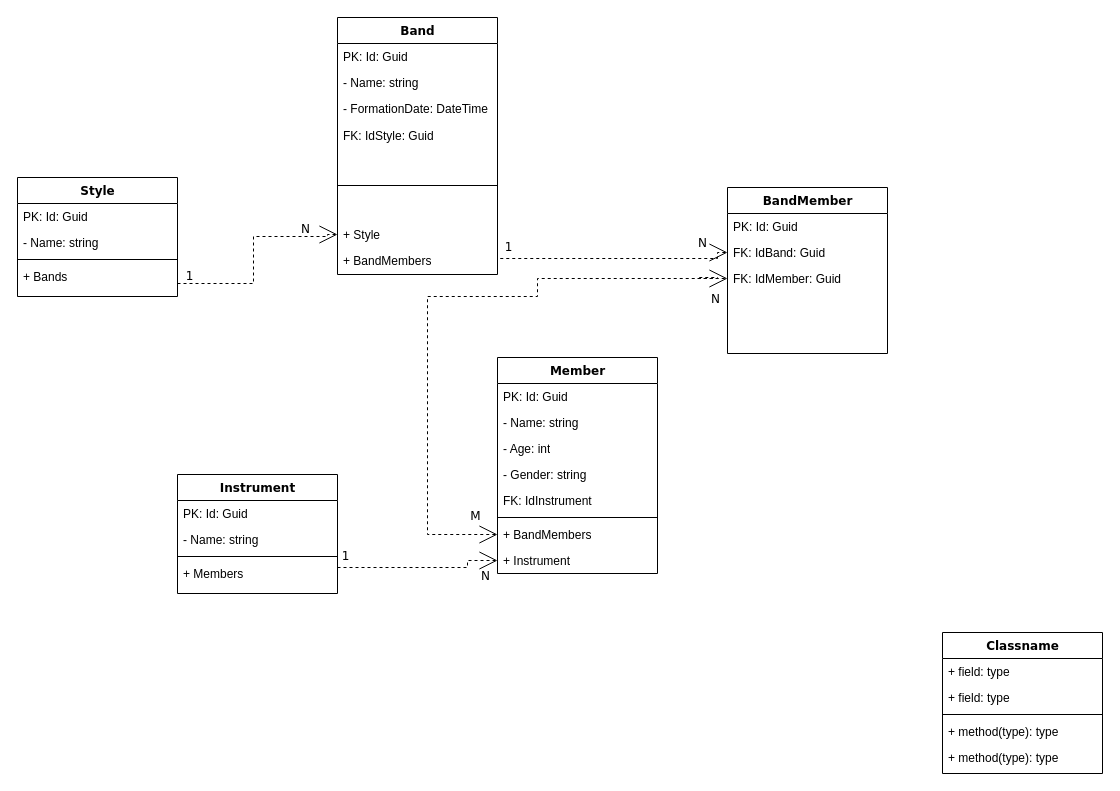
The draw.io diagram Diagrama sem nome.drawio in WellingtonS-ouza/Crud-Back, before the edit. Source tidied: cells renumbered, new cells numbered last; positions are measured from the earlier drawing's top-left corner, leaving out a move shared by most shapes. Both pictures are drawn from the tidied source at 100%, with x=0, y=0 at pixel (17, 17).
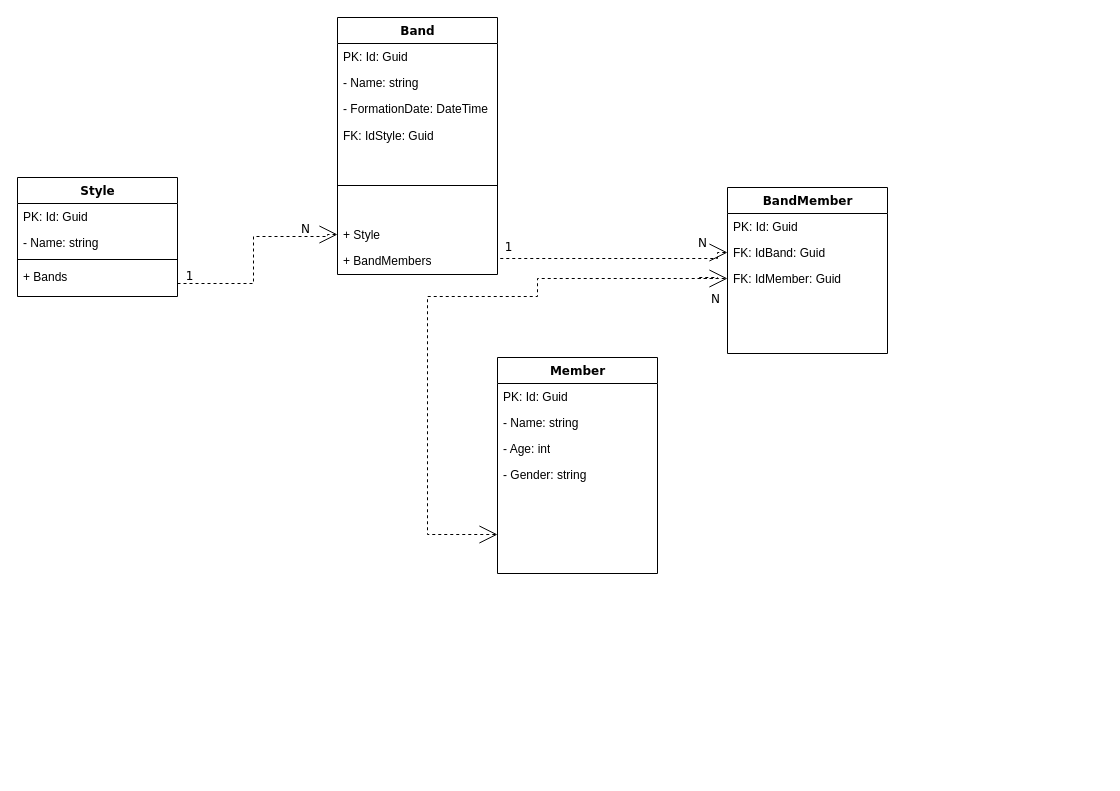
Above is the later version.

The change refers to these unchanged cells:
```xml
<mxCell id="13" value="FK: IdMember: Guid" style="text;html=1;strokeColor=none;fillColor=none;align=left;verticalAlign=top;spacingLeft=4;spacingRight=4;whiteSpace=wrap;overflow=hidden;points=[[0,0.5],[1,0.5]];portConstraint=eastwest;" parent="10" vertex="1">
  <mxGeometry y="78" width="160" height="26" as="geometry" />
</mxCell>
<mxCell id="15" value="Member       " style="swimlane;html=1;fontStyle=1;align=center;verticalAlign=top;horizontal=1;startSize=26;swimlaneFillColor=#ffffff;rounded=0;shadow=0;comic=0;labelBackgroundColor=none;strokeWidth=1;fillColor=none;fontFamily=Verdana;fontSize=12;" parent="1" vertex="1">
  <mxGeometry x="480" y="340" width="160" height="216" as="geometry" />
</mxCell>
```

What changed in the source:
```diff
@@
-    <mxCell id="20" value="FK: IdInstrument " style="text;html=1;strokeColor=none;fillColor=none;align=left;verticalAlign=top;spacingLeft=4;spacingRight=4;whiteSpace=wrap;overflow=hidden;" parent="15" vertex="1">
-      <mxGeometry y="130" width="160" height="26" as="geometry" />
-    </mxCell>
-    <mxCell id="21" style="line;html=1;strokeWidth=1;fillColor=none;align=left;verticalAlign=middle;spacingTop=-1;spacingLeft=3;spacingRight=3;labelPosition=right;" parent="15" vertex="1">
-      <mxGeometry y="156" width="160" height="8" as="geometry" />
-    </mxCell>
-    <mxCell id="22" value="+ BandMembers" style="text;html=1;strokeColor=none;fillColor=none;align=left;verticalAlign=top;spacingLeft=4;spacingRight=4;whiteSpace=wrap;overflow=hidden;points=[[0,0.5],[1,0.5]];portConstraint=eastwest;" parent="15" vertex="1">
-      <mxGeometry y="164" width="160" height="26" as="geometry" />
-    </mxCell>
-    <mxCell id="23" value="+ Instrument  " style="text;html=1;strokeColor=none;fillColor=none;align=left;verticalAlign=top;spacingLeft=4;spacingRight=4;whiteSpace=wrap;overflow=hidden;points=[[0,0.5],[1,0.5]];portConstraint=eastwest;" parent="15" vertex="1">
-      <mxGeometry y="190" width="160" height="26" as="geometry" />
-    </mxCell>
-    <mxCell id="24" value="Classname" style="swimlane;html=1;fontStyle=1;align=center;verticalAlign=top;horizontal=1;startSize=26;swimlaneFillColor=#ffffff;rounded=0;shadow=0;comic=0;labelBackgroundColor=none;strokeWidth=1;fillColor=none;fontFamily=Verdana;fontSize=12;" parent="1" vertex="1">
-      <mxGeometry x="925" y="615" width="160" height="141" as="geometry" />
-    </mxCell>
-    <mxCell id="25" value="+ field: type" style="text;html=1;strokeColor=none;fillColor=none;align=left;verticalAlign=top;spacingLeft=4;spacingRight=4;whiteSpace=wrap;overflow=hidden;" parent="24" vertex="1">
-      <mxGeometry y="26" width="160" height="26" as="geometry" />
-    </mxCell>
-    <mxCell id="26" value="+ field: type" style="text;html=1;strokeColor=none;fillColor=none;align=left;verticalAlign=top;spacingLeft=4;spacingRight=4;whiteSpace=wrap;overflow=hidden;" parent="24" vertex="1">
-      <mxGeometry y="52" width="160" height="26" as="geometry" />
-    </mxCell>
-    <mxCell id="27" style="line;html=1;strokeWidth=1;fillColor=none;align=left;verticalAlign=middle;spacingTop=-1;spacingLeft=3;spacingRight=3;labelPosition=right;" parent="24" vertex="1">
-      <mxGeometry y="78" width="160" height="8" as="geometry" />
-    </mxCell>
-    <mxCell id="28" value="+ method(type): type" style="text;html=1;strokeColor=none;fillColor=none;align=left;verticalAlign=top;spacingLeft=4;spacingRight=4;whiteSpace=wrap;overflow=hidden;" parent="24" vertex="1">
-      <mxGeometry y="86" width="160" height="26" as="geometry" />
-    </mxCell>
-    <mxCell id="29" value="+ method(type): type" style="text;html=1;strokeColor=none;fillColor=none;align=left;verticalAlign=top;spacingLeft=4;spacingRight=4;whiteSpace=wrap;overflow=hidden;" parent="24" vertex="1">
-      <mxGeometry y="112" width="160" height="26" as="geometry" />
-    </mxCell>
-    <mxCell id="30" style="edgeStyle=orthogonalEdgeStyle;rounded=0;html=1;dashed=1;labelBackgroundColor=none;startArrow=none;startFill=0;startSize=8;endArrow=open;endFill=0;endSize=16;fontFamily=Verdana;fontSize=12;exitX=1;exitY=0.5;exitDx=0;exitDy=0;entryX=0;entryY=0.5;entryDx=0;entryDy=0;" parent="1" edge="1" source="35" target="23">
-      <mxGeometry relative="1" as="geometry">
-        <Array as="points">
-          <mxPoint x="320" y="550" />
-          <mxPoint x="450" y="550" />
-          <mxPoint x="450" y="543" />
-        </Array>
-      </mxGeometry>
-    </mxCell>
-    <mxCell id="31" value="Instrument     " style="swimlane;html=1;fontStyle=1;align=center;verticalAlign=top;horizontal=1;startSize=26;swimlaneFillColor=#ffffff;rounded=0;shadow=0;comic=0;labelBackgroundColor=none;strokeWidth=1;fillColor=none;fontFamily=Verdana;fontSize=12;" parent="1" vertex="1">
-      <mxGeometry x="160" y="457" width="160" height="119" as="geometry" />
-    </mxCell>
-    <mxCell id="32" value="PK: Id: Guid " style="text;html=1;strokeColor=none;fillColor=none;align=left;verticalAlign=top;spacingLeft=4;spacingRight=4;whiteSpace=wrap;overflow=hidden;" parent="31" vertex="1">
-      <mxGeometry y="26" width="160" height="26" as="geometry" />
-    </mxCell>
-    <mxCell id="33" value="- Name: &lt;span class=&quot;hljs-built_in&quot;&gt;string&lt;/span&gt;" style="text;html=1;strokeColor=none;fillColor=none;align=left;verticalAlign=top;spacingLeft=4;spacingRight=4;whiteSpace=wrap;overflow=hidden;" parent="31" vertex="1">
-      <mxGeometry y="52" width="160" height="26" as="geometry" />
-    </mxCell>
-    <mxCell id="34" style="line;html=1;strokeWidth=1;fillColor=none;align=left;verticalAlign=middle;spacingTop=-1;spacingLeft=3;spacingRight=3;labelPosition=right;" parent="31" vertex="1">
-      <mxGeometry y="78" width="160" height="8" as="geometry" />
-    </mxCell>
-    <mxCell id="35" value="+ Members  " style="text;html=1;strokeColor=none;fillColor=none;align=left;verticalAlign=top;spacingLeft=4;spacingRight=4;whiteSpace=wrap;overflow=hidden;points=[[0,0.5],[1,0.5]];portConstraint=eastwest;" parent="31" vertex="1">
-      <mxGeometry y="86" width="160" height="26" as="geometry" />
-    </mxCell>
@@
-    <mxCell id="41" value="1" style="text;html=1;align=center;verticalAlign=middle;labelBackgroundColor=#ffffff;fontSize=12;fontFamily=Verdana;" parent="1" vertex="1">
-      <mxGeometry x="270" y="510" as="geometry">
-        <mxPoint x="57" y="28" as="offset" />
-      </mxGeometry>
-    </mxCell>
-    <mxCell id="42" value="N" style="text;html=1;align=center;verticalAlign=middle;labelBackgroundColor=#ffffff;fontSize=12;fontFamily=Verdana;" parent="1" vertex="1">
-      <mxGeometry x="410" y="530" as="geometry">
-        <mxPoint x="57" y="28" as="offset" />
-      </mxGeometry>
-    </mxCell>
-    <mxCell id="43" value="M" style="text;html=1;align=center;verticalAlign=middle;labelBackgroundColor=#ffffff;fontSize=12;fontFamily=Verdana;" parent="1" vertex="1">
-      <mxGeometry x="400" y="470" as="geometry">
-        <mxPoint x="57" y="28" as="offset" />
-      </mxGeometry>
-    </mxCell>
-    <mxCell id="44" style="edgeStyle=orthogonalEdgeStyle;rounded=0;html=1;dashed=1;labelBackgroundColor=none;startArrow=open;startFill=0;startSize=16;endArrow=open;endFill=0;endSize=16;fontFamily=Verdana;fontSize=12;targetPerimeterSpacing=16;sourcePerimeterSpacing=16;exitX=0;exitY=0.5;exitDx=0;exitDy=0;entryX=0;entryY=0.5;entryDx=0;entryDy=0;" parent="1" edge="1" source="22" target="13">
+    <mxCell id="44" style="edgeStyle=orthogonalEdgeStyle;rounded=0;html=1;dashed=1;labelBackgroundColor=none;startArrow=open;startFill=0;startSize=16;endArrow=open;endFill=0;endSize=16;fontFamily=Verdana;fontSize=12;targetPerimeterSpacing=16;sourcePerimeterSpacing=16;exitX=0;exitY=0.5;exitDx=0;exitDy=0;entryX=0;entryY=0.5;entryDx=0;entryDy=0;" parent="1" edge="1" target="13">
       <mxGeometry relative="1" as="geometry">
+        <mxPoint x="480" y="517" as="sourcePoint" />
         <Array as="points">
           <mxPoint x="410" y="517" />
           <mxPoint x="410" y="279" />
           <mxPoint x="520" y="279" />
           <mxPoint x="520" y="261" />
           <mxPoint x="700" y="261" />
           <mxPoint x="700" y="260" />
           <mxPoint x="680" y="260" />
           <mxPoint x="680" y="261" />
         </Array>
       </mxGeometry>
     </mxCell>
```
